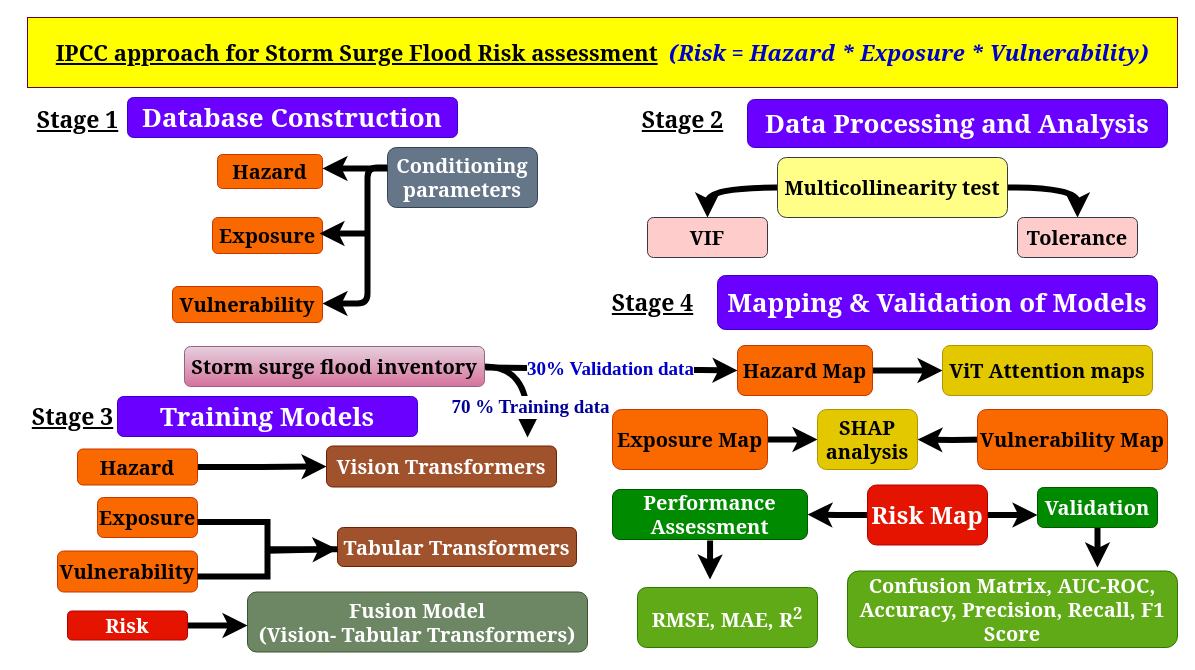
This is page "Storm surge flood Risk" (3 of 4) of Untitled Diagram.drawio from Daawarb/Daawarb, a draw.io file, before an edit. Source tidied: cells renumbered, new cells numbered last; positions are measured from the earlier drawing's top-left corner, leaving out a move shared by most shapes. Both pictures are drawn from the tidied source at 100%, with x=0, y=0 at pixel (17, 17).
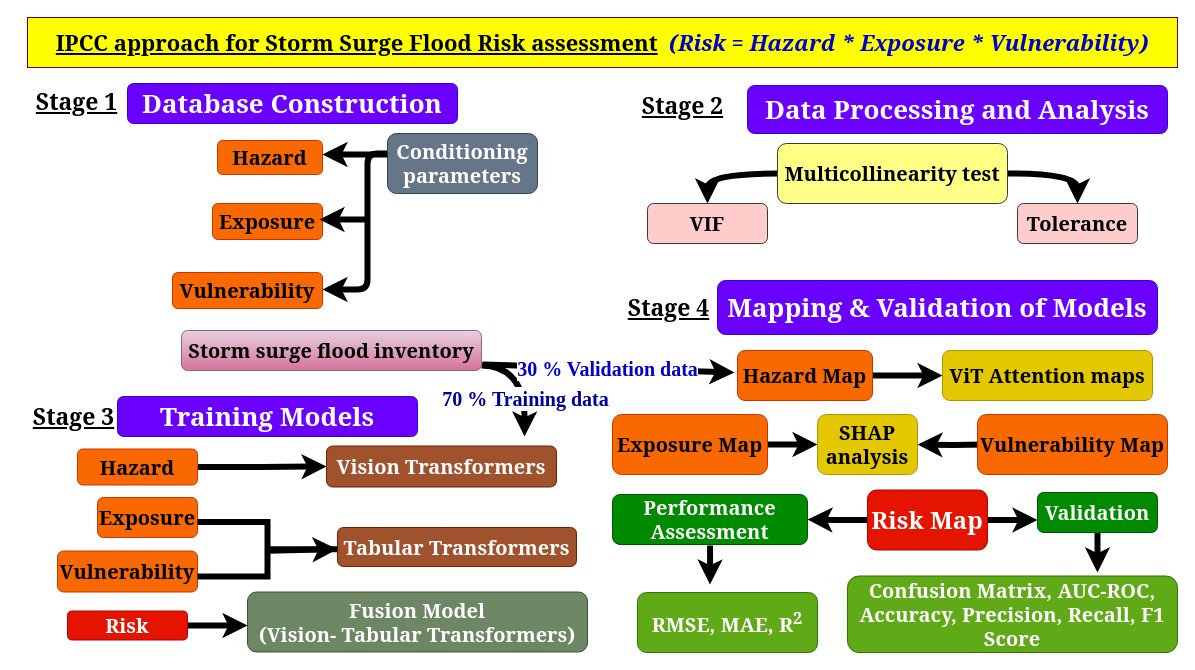
Above is the later version.

The edit, as a diff of the source:
```diff
@@
     <mxCell id="2" value="&lt;div style=&quot;text-align: justify;&quot;&gt;&lt;font face=&quot;Georgia&quot; style=&quot;font-size: 22px;&quot;&gt;&lt;font style=&quot;background-color: transparent; color: light-dark(rgb(0, 0, 0), rgb(255, 255, 255));&quot;&gt;&lt;b style=&quot;&quot;&gt;&lt;u style=&quot;&quot;&gt;IPCC approach for Storm Surge Flood Risk assessment&lt;/u&gt;&lt;/b&gt;&lt;/font&gt;&lt;b style=&quot;background-color: transparent; color: light-dark(rgb(0, 0, 204), rgb(44, 44, 1));&quot;&gt;&lt;i style=&quot;&quot;&gt;&amp;nbsp; (Risk = Hazard * Exposure * Vulnerability)&lt;/i&gt;&lt;/b&gt;&lt;/font&gt;&lt;/div&gt;" style="text;html=1;align=center;verticalAlign=middle;whiteSpace=wrap;rounded=0;fillColor=#FFFF00;strokeColor=#660033;fillStyle=solid;" parent="1" vertex="1">
-      <mxGeometry x="10" width="1150" height="70" as="geometry" />
+      <mxGeometry x="10" width="1150" height="50" as="geometry" />
     </mxCell>
     <mxCell id="3" value="&lt;b style=&quot;&quot;&gt;&lt;font face=&quot;Georgia&quot; style=&quot;font-size: 23px;&quot;&gt;&lt;u style=&quot;&quot;&gt;Stage 1&lt;/u&gt;&lt;/font&gt;&lt;/b&gt;" style="text;html=1;align=center;verticalAlign=middle;strokeColor=none;fillColor=none;" parent="1" vertex="1">
-      <mxGeometry x="10" y="82" width="100" height="40" as="geometry" />
+      <mxGeometry x="9" y="64" width="100" height="40" as="geometry" />
     </mxCell>
     <mxCell id="4" value="&lt;b style=&quot;text-wrap-mode: nowrap;&quot;&gt;&lt;font face=&quot;Georgia&quot; style=&quot;font-size: 26px;&quot;&gt;Database Construction&lt;/font&gt;&lt;/b&gt;" style="rounded=1;whiteSpace=wrap;html=1;fillColor=#6a00ff;strokeColor=#3700CC;fontColor=#ffffff;" parent="1" vertex="1">
-      <mxGeometry x="110" y="80" width="330" height="40" as="geometry" />
+      <mxGeometry x="110" y="66" width="330" height="40" as="geometry" />
     </mxCell>
-    <mxCell id="5" style="edgeStyle=orthogonalEdgeStyle;rounded=0;jettySize=auto;html=1;strokeWidth=6;curved=1;" parent="1" edge="1" source="7">
+    <mxCell id="5" style="edgeStyle=orthogonalEdgeStyle;rounded=0;orthogonalLoop=1;jettySize=auto;html=1;strokeWidth=6;curved=1;" parent="1" edge="1">
       <mxGeometry relative="1" as="geometry">
-        <mxPoint x="510" y="420" as="targetPoint" />
+        <mxPoint x="464" y="348" as="sourcePoint" />
+        <mxPoint x="507" y="419" as="targetPoint" />
       </mxGeometry>
     </mxCell>
-    <mxCell id="6" value="&lt;font face=&quot;Garamond&quot; style=&quot;font-size: 19px; color: rgb(0, 0, 153);&quot;&gt;&lt;b style=&quot;&quot;&gt;70 % Training data&lt;/b&gt;&lt;/font&gt;" style="edgeLabel;html=1;align=center;verticalAlign=middle;" parent="5" vertex="1">
+    <mxCell id="6" value="&lt;font face=&quot;Garamond&quot; style=&quot;color: rgb(0, 0, 153); font-size: 20px;&quot;&gt;&lt;b style=&quot;&quot;&gt;70 % Training data&lt;/b&gt;&lt;/font&gt;" style="edgeLabel;html=1;align=center;verticalAlign=middle;" parent="5" vertex="1">
       <mxGeometry x="0.1" y="2" relative="1" as="geometry">
-        <mxPoint y="21" as="offset" />
+        <mxPoint x="-2" y="12" as="offset" />
       </mxGeometry>
     </mxCell>
     <mxCell id="7" value="&lt;font style=&quot;font-size: 20px;&quot; face=&quot;Georgia&quot;&gt;&lt;b&gt;Storm surge flood inventory&lt;/b&gt;&lt;/font&gt;" style="rounded=1;whiteSpace=wrap;html=1;fillColor=#e6d0de;gradientColor=#d5739d;strokeColor=#996185;" parent="1" vertex="1">
-      <mxGeometry x="167" y="329" width="300" height="40" as="geometry" />
+      <mxGeometry x="164" y="313" width="300" height="40" as="geometry" />
     </mxCell>
     <mxCell id="8" style="edgeStyle=orthogonalEdgeStyle;rounded=1;orthogonalLoop=1;jettySize=auto;html=1;entryX=1;entryY=0.75;entryDx=0;entryDy=0;strokeWidth=6;curved=0;" parent="1" edge="1">
       <mxGeometry relative="1" as="geometry">
-        <mxPoint x="370" y="150" as="sourcePoint" />
-        <mxPoint x="305" y="286" as="targetPoint" />
+        <mxPoint x="370" y="136" as="sourcePoint" />
+        <mxPoint x="305" y="272" as="targetPoint" />
         <Array as="points">
-          <mxPoint x="350" y="150" />
-          <mxPoint x="350" y="286" />
+          <mxPoint x="350" y="136" />
+          <mxPoint x="350" y="272" />
         </Array>
       </mxGeometry>
     </mxCell>
     <mxCell id="9" value="&lt;b&gt;&lt;font face=&quot;Georgia&quot; style=&quot;font-size: 20px;&quot;&gt;Conditioning parameters&lt;/font&gt;&lt;/b&gt;" style="rounded=1;whiteSpace=wrap;html=1;fillColor=#647687;fontColor=#ffffff;strokeColor=#314354;" parent="1" vertex="1">
-      <mxGeometry x="370" y="130" width="150" height="60" as="geometry" />
+      <mxGeometry x="370" y="116" width="150" height="60" as="geometry" />
     </mxCell>
     <mxCell id="10" value="&lt;font face=&quot;Georgia&quot; style=&quot;font-size: 20px;&quot;&gt;&lt;b&gt;Hazard&lt;/b&gt;&lt;/font&gt;" style="rounded=1;whiteSpace=wrap;html=1;fillColor=#fa6800;fontColor=#000000;strokeColor=#C73500;" parent="1" vertex="1">
-      <mxGeometry x="200" y="137" width="105" height="34" as="geometry" />
+      <mxGeometry x="200" y="123" width="105" height="34" as="geometry" />
     </mxCell>
     <mxCell id="11" value="&lt;font face=&quot;Georgia&quot; style=&quot;font-size: 20px;&quot;&gt;&lt;b&gt;Exposure&lt;/b&gt;&lt;/font&gt;" style="rounded=1;whiteSpace=wrap;html=1;fillColor=#fa6800;fontColor=#000000;strokeColor=#C73500;" parent="1" vertex="1">
-      <mxGeometry x="195" y="200" width="110" height="36" as="geometry" />
+      <mxGeometry x="195" y="186" width="110" height="36" as="geometry" />
     </mxCell>
     <mxCell id="12" value="&lt;font face=&quot;Georgia&quot; style=&quot;font-size: 20px;&quot;&gt;&lt;b&gt;Vulnerability&lt;/b&gt;&lt;/font&gt;" style="rounded=1;whiteSpace=wrap;html=1;fillColor=#fa6800;fontColor=#000000;strokeColor=#C73500;" parent="1" vertex="1">
-      <mxGeometry x="155" y="269" width="150" height="36" as="geometry" />
+      <mxGeometry x="155" y="255" width="150" height="36" as="geometry" />
     </mxCell>
     <mxCell id="13" value="&lt;span style=&quot;text-wrap-mode: nowrap;&quot;&gt;&lt;b style=&quot;&quot;&gt;&lt;font face=&quot;Georgia&quot; style=&quot;font-size: 26px;&quot;&gt;Data Processing and Analysis&lt;/font&gt;&lt;/b&gt;&lt;/span&gt;" style="rounded=1;whiteSpace=wrap;html=1;fillColor=#6a00ff;fontColor=#ffffff;strokeColor=#3700CC;" parent="1" vertex="1">
-      <mxGeometry x="730" y="82" width="420" height="48" as="geometry" />
+      <mxGeometry x="730" y="68" width="420" height="48" as="geometry" />
     </mxCell>
@@
     <mxCell id="16" value="&lt;font face=&quot;Georgia&quot; style=&quot;font-size: 20px;&quot;&gt;&lt;b&gt;Multicollinearity test&lt;/b&gt;&lt;/font&gt;" style="rounded=1;whiteSpace=wrap;html=1;fillColor=#ffff88;strokeColor=#36393d;" parent="1" vertex="1">
-      <mxGeometry x="760" y="140" width="230" height="60" as="geometry" />
+      <mxGeometry x="760" y="126" width="230" height="60" as="geometry" />
     </mxCell>
     <mxCell id="17" value="&lt;font face=&quot;Georgia&quot; style=&quot;font-size: 20px;&quot;&gt;&lt;b&gt;VIF&lt;/b&gt;&lt;/font&gt;" style="rounded=1;whiteSpace=wrap;html=1;fillColor=#ffcccc;strokeColor=#36393d;" parent="1" vertex="1">
-      <mxGeometry x="630" y="200" width="120" height="40" as="geometry" />
+      <mxGeometry x="630" y="186" width="120" height="40" as="geometry" />
     </mxCell>
     <mxCell id="18" value="&lt;font face=&quot;Georgia&quot; style=&quot;font-size: 20px;&quot;&gt;&lt;b&gt;Tolerance&lt;/b&gt;&lt;/font&gt;" style="rounded=1;whiteSpace=wrap;html=1;fillColor=#ffcccc;strokeColor=#36393d;" parent="1" vertex="1">
-      <mxGeometry x="1000" y="200" width="120" height="40" as="geometry" />
+      <mxGeometry x="1000" y="186" width="120" height="40" as="geometry" />
     </mxCell>
     <mxCell id="19" value="&lt;b style=&quot;&quot;&gt;&lt;font face=&quot;Georgia&quot; style=&quot;font-size: 23px;&quot;&gt;&lt;u style=&quot;&quot;&gt;Stage 2&lt;/u&gt;&lt;/font&gt;&lt;/b&gt;" style="text;html=1;align=center;verticalAlign=middle;strokeColor=none;fillColor=none;" parent="1" vertex="1">
-      <mxGeometry x="610" y="82" width="110" height="40" as="geometry" />
+      <mxGeometry x="610" y="68" width="110" height="40" as="geometry" />
     </mxCell>
     <mxCell id="20" value="&lt;b style=&quot;&quot;&gt;&lt;font face=&quot;Georgia&quot; style=&quot;font-size: 23px;&quot;&gt;&lt;u style=&quot;&quot;&gt;Stage 3&lt;/u&gt;&lt;/font&gt;&lt;/b&gt;" style="text;html=1;align=center;verticalAlign=middle;strokeColor=none;fillColor=none;" parent="1" vertex="1">
-      <mxGeometry y="379" width="110" height="40" as="geometry" />
+      <mxGeometry x="1" y="379" width="110" height="40" as="geometry" />
     </mxCell>
@@
     <mxCell id="31" value="&lt;b style=&quot;&quot;&gt;&lt;font face=&quot;Georgia&quot; style=&quot;font-size: 23px;&quot;&gt;&lt;u style=&quot;&quot;&gt;Stage 4&lt;/u&gt;&lt;/font&gt;&lt;/b&gt;" style="text;html=1;align=center;verticalAlign=middle;strokeColor=none;fillColor=none;" parent="1" vertex="1">
-      <mxGeometry x="580" y="265" width="110" height="40" as="geometry" />
+      <mxGeometry x="596" y="270" width="110" height="40" as="geometry" />
     </mxCell>
     <mxCell id="32" value="&lt;span style=&quot;text-wrap-mode: nowrap;&quot;&gt;&lt;b style=&quot;&quot;&gt;&lt;font face=&quot;Georgia&quot; style=&quot;font-size: 26px;&quot;&gt;Mapping &amp;amp; Validation of Models&lt;/font&gt;&lt;/b&gt;&lt;/span&gt;" style="rounded=1;whiteSpace=wrap;html=1;fillColor=#6a00ff;fontColor=#ffffff;strokeColor=#3700CC;" parent="1" vertex="1">
-      <mxGeometry x="700" y="258" width="440" height="54" as="geometry" />
+      <mxGeometry x="700" y="263" width="440" height="54" as="geometry" />
     </mxCell>
@@
     <mxCell id="34" value="&lt;font face=&quot;Georgia&quot; style=&quot;font-size: 20px;&quot;&gt;&lt;b&gt;Hazard Map&lt;/b&gt;&lt;/font&gt;" style="rounded=1;whiteSpace=wrap;html=1;fillColor=#fa6800;fontColor=#000000;strokeColor=#C73500;" parent="1" vertex="1">
-      <mxGeometry x="720" y="328" width="135" height="50" as="geometry" />
+      <mxGeometry x="720" y="333" width="135" height="50" as="geometry" />
     </mxCell>
     <mxCell id="35" style="edgeStyle=orthogonalEdgeStyle;rounded=0;orthogonalLoop=1;jettySize=auto;html=1;strokeWidth=6;" parent="1" edge="1">
       <mxGeometry relative="1" as="geometry">
-        <mxPoint x="732" y="422" as="sourcePoint" />
-        <mxPoint x="800" y="422" as="targetPoint" />
+        <mxPoint x="732" y="427" as="sourcePoint" />
+        <mxPoint x="800" y="427" as="targetPoint" />
       </mxGeometry>
     </mxCell>
     <mxCell id="36" value="&lt;font face=&quot;Georgia&quot; style=&quot;font-size: 20px;&quot;&gt;&lt;b&gt;Exposure Map&lt;/b&gt;&lt;/font&gt;" style="rounded=1;whiteSpace=wrap;html=1;fillColor=#fa6800;fontColor=#000000;strokeColor=#C73500;" parent="1" vertex="1">
-      <mxGeometry x="595" y="392" width="155" height="60" as="geometry" />
+      <mxGeometry x="595" y="397" width="155" height="60" as="geometry" />
     </mxCell>
     <mxCell id="37" style="edgeStyle=orthogonalEdgeStyle;rounded=0;jettySize=auto;html=1;strokeWidth=6;entryX=1;entryY=0.5;entryDx=0;entryDy=0;entryPerimeter=0;" parent="1" edge="1" target="43">
       <mxGeometry relative="1" as="geometry">
-        <mxPoint x="970" y="422" as="sourcePoint" />
+        <mxPoint x="970" y="427" as="sourcePoint" />
       </mxGeometry>
     </mxCell>
     <mxCell id="38" value="&lt;font face=&quot;Georgia&quot; style=&quot;font-size: 20px;&quot;&gt;&lt;b&gt;Vulnerability Map&lt;/b&gt;&lt;/font&gt;" style="rounded=1;whiteSpace=wrap;html=1;fillColor=#fa6800;fontColor=#000000;strokeColor=#C73500;" parent="1" vertex="1">
-      <mxGeometry x="960" y="392" width="190" height="60" as="geometry" />
+      <mxGeometry x="960" y="397" width="190" height="60" as="geometry" />
     </mxCell>
@@
     <mxCell id="41" value="&lt;font face=&quot;Georgia&quot; style=&quot;font-size: 24px;&quot;&gt;&lt;b style=&quot;&quot;&gt;Risk Map&lt;/b&gt;&lt;/font&gt;" style="rounded=1;whiteSpace=wrap;html=1;fillColor=#e51400;fontColor=#ffffff;strokeColor=#B20000;" parent="1" vertex="1">
-      <mxGeometry x="850" y="467.5" width="120" height="60" as="geometry" />
+      <mxGeometry x="850" y="472.5" width="120" height="60" as="geometry" />
     </mxCell>
     <mxCell id="42" value="&lt;font face=&quot;Georgia&quot; style=&quot;font-size: 20px;&quot;&gt;&lt;b&gt;ViT Attention maps&lt;/b&gt;&lt;/font&gt;" style="rounded=1;whiteSpace=wrap;html=1;fillColor=#e3c800;fontColor=#000000;strokeColor=#B09500;" parent="1" vertex="1">
-      <mxGeometry x="925" y="328" width="210" height="50" as="geometry" />
+      <mxGeometry x="925" y="333" width="210" height="50" as="geometry" />
     </mxCell>
     <mxCell id="43" value="&lt;font face=&quot;Georgia&quot; style=&quot;font-size: 20px;&quot;&gt;&lt;b&gt;SHAP analysis&lt;/b&gt;&lt;/font&gt;" style="rounded=1;whiteSpace=wrap;html=1;fillColor=#e3c800;fontColor=#000000;strokeColor=#B09500;" parent="1" vertex="1">
-      <mxGeometry x="800" y="392" width="100" height="60" as="geometry" />
+      <mxGeometry x="800" y="397" width="100" height="60" as="geometry" />
     </mxCell>
     <mxCell id="44" style="edgeStyle=orthogonalEdgeStyle;rounded=0;orthogonalLoop=1;jettySize=auto;html=1;strokeWidth=6;" parent="1" edge="1">
       <mxGeometry relative="1" as="geometry">
-        <mxPoint x="692.6" y="523" as="sourcePoint" />
-        <mxPoint x="692.5" y="562" as="targetPoint" />
+        <mxPoint x="692.6" y="528" as="sourcePoint" />
+        <mxPoint x="692.5" y="567" as="targetPoint" />
       </mxGeometry>
     </mxCell>
     <mxCell id="45" value="&lt;font face=&quot;Georgia&quot; style=&quot;font-size: 20px;&quot;&gt;&lt;b&gt;Performance Assessment&lt;/b&gt;&lt;/font&gt;" style="rounded=1;whiteSpace=wrap;html=1;fillColor=#008a00;fontColor=#ffffff;strokeColor=#005700;" parent="1" vertex="1">
-      <mxGeometry x="595" y="472" width="195" height="50" as="geometry" />
+      <mxGeometry x="595" y="477" width="195" height="50" as="geometry" />
     </mxCell>
     <mxCell id="46" style="edgeStyle=orthogonalEdgeStyle;rounded=0;jettySize=auto;html=1;strokeWidth=6;" parent="1" edge="1" source="47">
       <mxGeometry relative="1" as="geometry">
-        <mxPoint x="1080" y="550" as="targetPoint" />
+        <mxPoint x="1080" y="555" as="targetPoint" />
       </mxGeometry>
     </mxCell>
     <mxCell id="47" value="&lt;font face=&quot;Georgia&quot; style=&quot;font-size: 20px;&quot;&gt;&lt;b&gt;Validation&lt;/b&gt;&lt;/font&gt;" style="rounded=1;whiteSpace=wrap;html=1;fillColor=#008a00;fontColor=#ffffff;strokeColor=#005700;" parent="1" vertex="1">
-      <mxGeometry x="1020" y="470" width="120" height="40" as="geometry" />
+      <mxGeometry x="1020" y="475" width="120" height="40" as="geometry" />
     </mxCell>
     <mxCell id="48" value="&lt;font face=&quot;Georgia&quot; style=&quot;font-size: 20px;&quot;&gt;&lt;b&gt;RMSE, MAE, R&lt;sup style=&quot;&quot;&gt;2&lt;/sup&gt;&lt;/b&gt;&lt;/font&gt;" style="rounded=1;whiteSpace=wrap;html=1;fillColor=#60a917;fontColor=#ffffff;strokeColor=#2D7600;" parent="1" vertex="1">
-      <mxGeometry x="620" y="570" width="180" height="60" as="geometry" />
+      <mxGeometry x="620" y="575" width="180" height="60" as="geometry" />
     </mxCell>
     <mxCell id="49" value="&lt;font face=&quot;Georgia&quot; style=&quot;font-size: 20px;&quot;&gt;&lt;b&gt;Confusion Matrix, AUC-ROC, Accuracy, Precision, Recall, F1 Score&lt;/b&gt;&lt;/font&gt;" style="rounded=1;whiteSpace=wrap;html=1;fillColor=#60a917;fontColor=#ffffff;strokeColor=#2D7600;" parent="1" vertex="1">
-      <mxGeometry x="830" y="553.5" width="330" height="76.5" as="geometry" />
+      <mxGeometry x="830" y="558.5" width="330" height="76.5" as="geometry" />
     </mxCell>
@@
-    <mxCell id="52" style="endArrow=classic;html=1;rounded=0;entryX=0;entryY=0.5;entryDx=0;entryDy=0;strokeWidth=6;curved=1;" parent="1" edge="1" target="34">
+    <mxCell id="52" style="endArrow=classic;html=1;rounded=0;entryX=0;entryY=0.5;entryDx=0;entryDy=0;strokeWidth=6;curved=1;" parent="1" edge="1">
       <mxGeometry relative="1" as="geometry">
-        <mxPoint x="468" y="350" as="sourcePoint" />
+        <mxPoint x="465" y="347" as="sourcePoint" />
+        <mxPoint x="717" y="355" as="targetPoint" />
       </mxGeometry>
     </mxCell>
-    <mxCell id="53" value="&lt;font face=&quot;Garamond&quot; style=&quot;font-size: 19px; color: rgb(0, 0, 204);&quot;&gt;&lt;b style=&quot;&quot;&gt;30% Validation data&lt;/b&gt;&lt;/font&gt;" style="edgeLabel;html=1;align=center;verticalAlign=middle;" parent="52" vertex="1">
+    <mxCell id="53" value="&lt;font face=&quot;Garamond&quot; style=&quot;color: rgb(0, 0, 204); font-size: 20px;&quot;&gt;&lt;b style=&quot;&quot;&gt;30 % Validation data&lt;/b&gt;&lt;/font&gt;" style="edgeLabel;html=1;align=center;verticalAlign=middle;" parent="52" vertex="1">
       <mxGeometry x="-0.01" relative="1" as="geometry" />
     </mxCell>
@@
     <mxCell id="55" style="endArrow=classic;html=1;rounded=0;strokeWidth=6;" parent="1" edge="1">
       <mxGeometry relative="1" as="geometry">
-        <mxPoint x="370" y="151" as="sourcePoint" />
-        <mxPoint x="305" y="151" as="targetPoint" />
+        <mxPoint x="370" y="137" as="sourcePoint" />
+        <mxPoint x="305" y="137" as="targetPoint" />
       </mxGeometry>
     </mxCell>
     <mxCell id="56" style="endArrow=classic;html=1;rounded=0;strokeWidth=6;" parent="1" edge="1">
       <mxGeometry relative="1" as="geometry">
-        <mxPoint x="352" y="216" as="sourcePoint" />
-        <mxPoint x="302" y="216" as="targetPoint" />
+        <mxPoint x="352" y="202" as="sourcePoint" />
+        <mxPoint x="302" y="202" as="targetPoint" />
       </mxGeometry>
     </mxCell>
```
